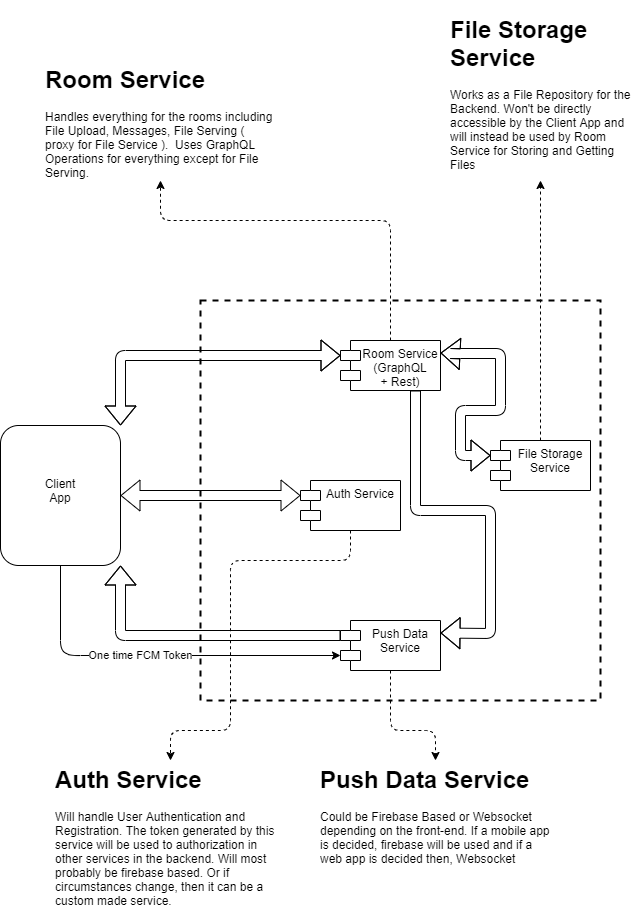
This is ArchitectureDiagram.png from tabishmahfuz1/cims-documentation, a draw.io export, as it was before one commit. Source tidied: cells renumbered, new cells last; positions are measured from the earlier drawing's top-left corner, leaving out a move shared by most shapes.
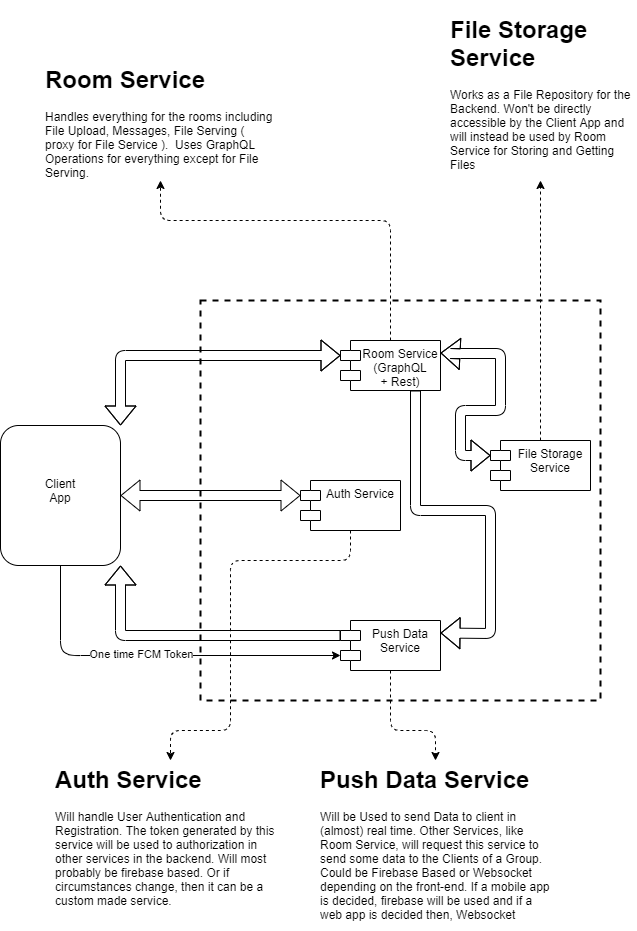
The same diagram one commit later.

Diff of the diagram source:
```diff
@@ -74,8 +74,8 @@
         </Array>
       </mxGeometry>
     </mxCell>
-    <mxCell id="16" value="&lt;h1&gt;Push Data Service&amp;nbsp;&lt;/h1&gt;&lt;p&gt;Could be Firebase Based or Websocket depending on the front-end. If a mobile app is decided, firebase will be used and if a web app is decided then, Websocket&amp;nbsp;&lt;/p&gt;" style="text;html=1;strokeColor=none;fillColor=none;spacing=5;spacingTop=-20;whiteSpace=wrap;overflow=hidden;rounded=0;" parent="1" vertex="1">
-      <mxGeometry x="315" y="750" width="240" height="120" as="geometry" />
+    <mxCell id="16" value="&lt;h1&gt;Push Data Service&amp;nbsp;&lt;/h1&gt;&lt;p&gt;Will be Used to send Data to client in (almost) real time. Other Services, like Room Service, will request this service to send some data to the Clients of a Group. Could be Firebase Based or Websocket depending on the front-end. If a mobile app is decided, firebase will be used and if a web app is decided then, Websocket&amp;nbsp;&lt;/p&gt;" style="text;html=1;strokeColor=none;fillColor=none;spacing=5;spacingTop=-20;whiteSpace=wrap;overflow=hidden;rounded=0;" parent="1" vertex="1">
+      <mxGeometry x="315" y="750" width="240" height="170" as="geometry" />
     </mxCell>
     <mxCell id="17" style="endArrow=classic;html=1;fillColor=none;exitX=0.5;exitY=1;exitDx=0;exitDy=0;entryX=0.5;entryY=0;entryDx=0;entryDy=0;dashed=1;" parent="1" edge="1" source="7" target="16">
       <mxGeometry relative="1" as="geometry">
```
